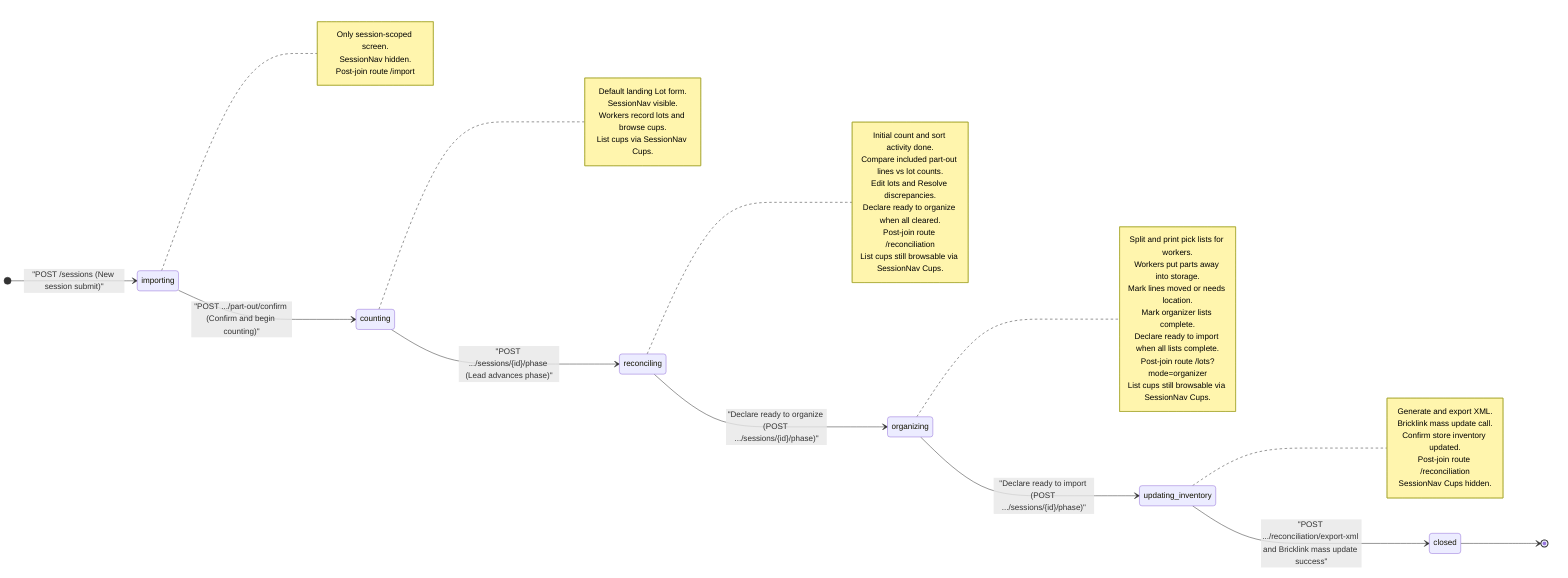
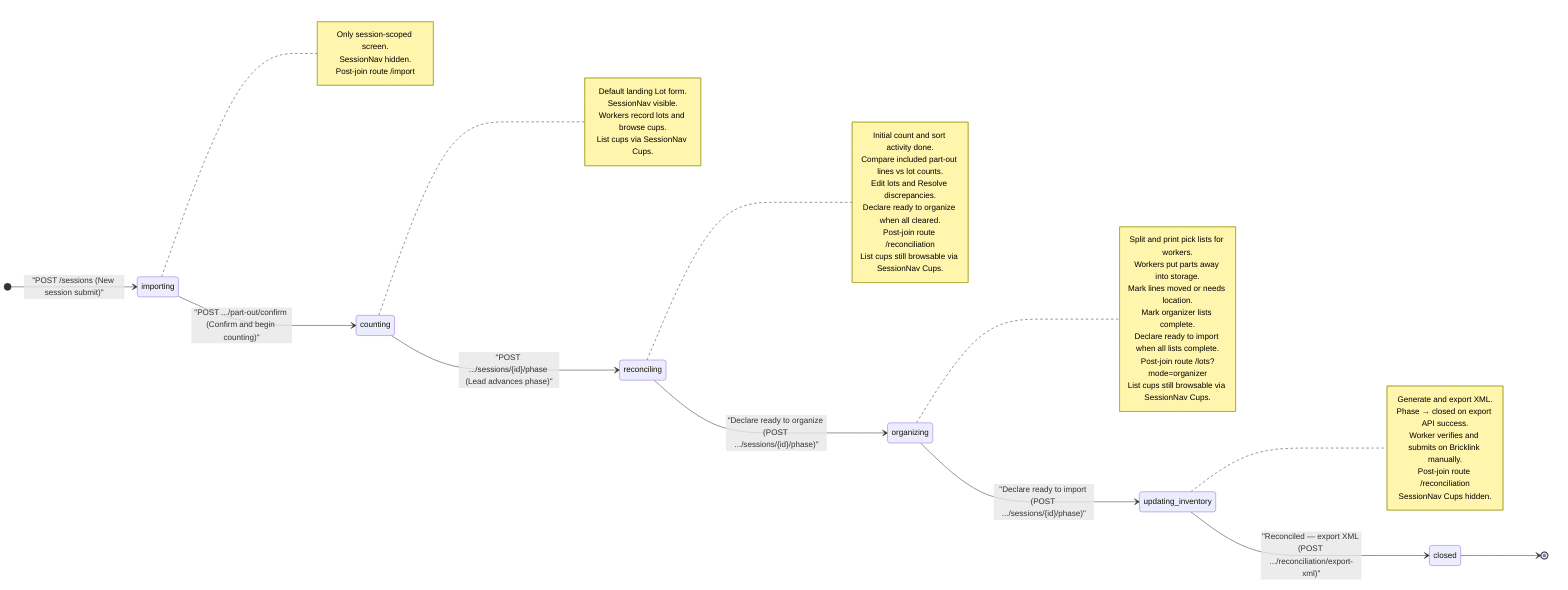
%% Session phase state machine
%% Sources: docs/view-specs/home.md, part-out-import.md, part-out-reconciliation.md,
%%          list-cups.md, list-lots.md, feature/part-out-coordinator/product-spec.md
%%
%% XML export and Bricklink mass update occur in updating_inventory, after organizing.

stateDiagram-v2
    direction LR

    [*] --> importing: "POST /sessions (New session submit)"
    importing --> counting: "POST .../part-out/confirm (Confirm and begin counting)"
    counting --> reconciling: "POST .../sessions/{id}/phase (Lead advances phase)"
    reconciling --> organizing: "Declare ready to organize (POST .../sessions/{id}/phase)"
    organizing --> updating_inventory: "Declare ready to import (POST .../sessions/{id}/phase)"
-     updating_inventory --> closed: "POST .../reconciliation/export-xml and Bricklink mass update success"
+     updating_inventory --> closed: "Reconciled — export XML (POST .../reconciliation/export-xml)"
    closed --> [*]

    note right of importing
        Only session-scoped screen.
        SessionNav hidden.
        Post-join route /import
    end note

    note right of counting
        Default landing Lot form.
        SessionNav visible.
        Workers record lots and browse cups.
        List cups via SessionNav Cups.
    end note

    note right of reconciling
        Initial count and sort activity done.
        Compare included part-out lines vs lot counts.
        Edit lots and Resolve discrepancies.
        Declare ready to organize when all cleared.
        Post-join route /reconciliation
        List cups still browsable via SessionNav Cups.
    end note

    note right of organizing
        Split and print pick lists for workers.
        Workers put parts away into storage.
        Mark lines moved or needs location.
        Mark organizer lists complete.
        Declare ready to import when all lists complete.
        Post-join route /lots?mode=organizer
        List cups still browsable via SessionNav Cups.
    end note

    note right of updating_inventory
        Generate and export XML.
-         Bricklink mass update call.
-         Confirm store inventory updated.
+         Phase → closed on export API success.
+         Worker verifies and submits on Bricklink manually.
        Post-join route /reconciliation
        SessionNav Cups hidden.
    end note
